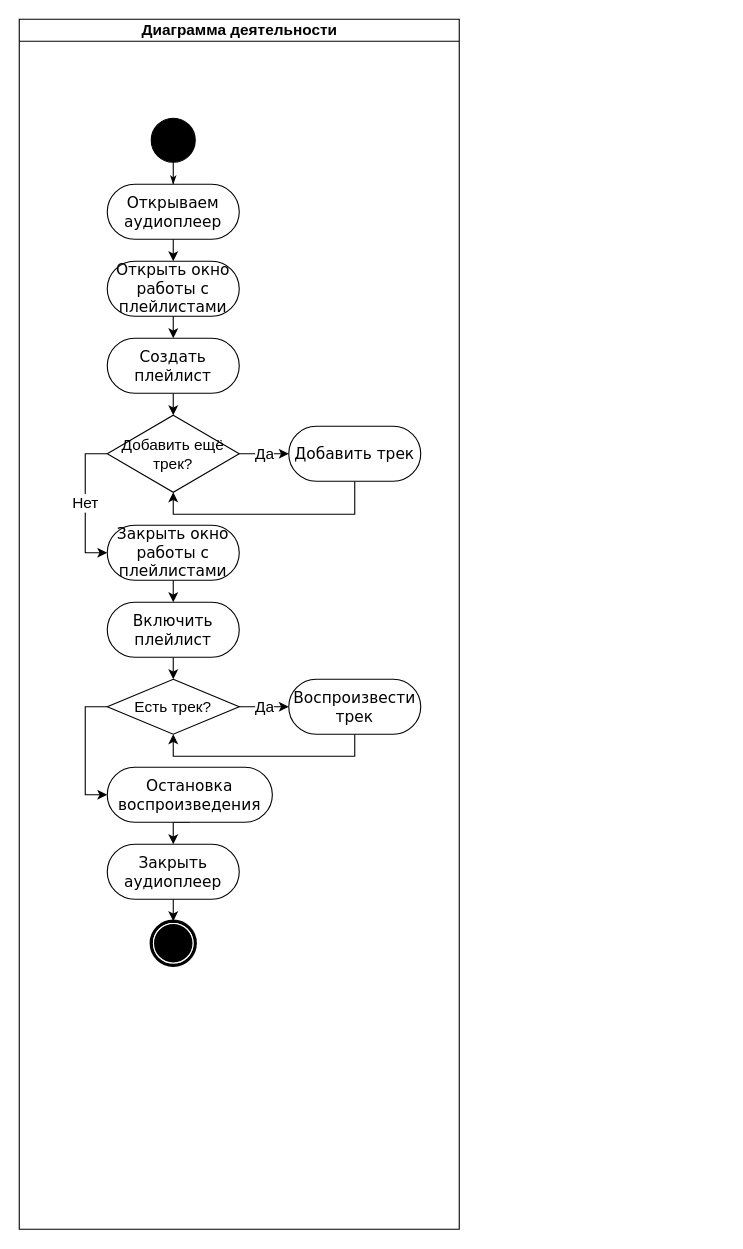
FaceMan01/Homework keeps this draw.io diagram as ПИ/ПИ_Деятельность.drawio. Above is the earlier version. Source tidied: cells renumbered, new cells numbered last; positions are measured from the earlier drawing's top-left corner, leaving out a move shared by most shapes. Both pictures are drawn from the tidied source at 110%, with x=0, y=0 at pixel (19, 19).
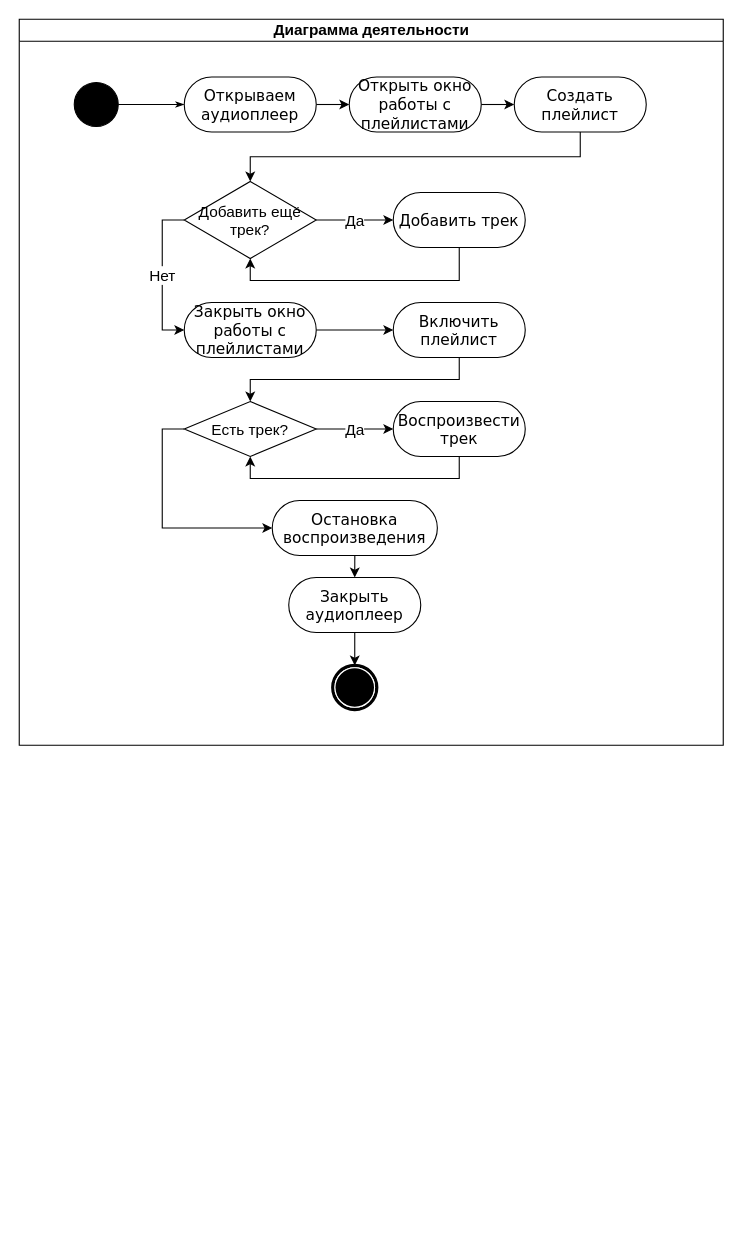
Above is the later version.

Change to the diagram source:
```diff
@@
     <mxCell id="2" value="Диаграмма деятельности" style="swimlane;html=1;startSize=20;fontSize=14;" parent="1" vertex="1">
-      <mxGeometry width="400" height="1100" as="geometry" />
+      <mxGeometry width="640" height="660" as="geometry" />
     </mxCell>
@@
     <mxCell id="4" style="ellipse;whiteSpace=wrap;html=1;rounded=0;shadow=0;comic=0;labelBackgroundColor=none;strokeWidth=1;fillColor=#000000;fontFamily=Verdana;fontSize=14;align=center;" parent="2" vertex="1">
-      <mxGeometry x="120" y="90" width="40" height="40" as="geometry" />
+      <mxGeometry x="50" y="57.5" width="40" height="40" as="geometry" />
     </mxCell>
-    <mxCell id="5" style="edgeStyle=orthogonalEdgeStyle;rounded=0;jettySize=auto;html=1;exitX=0.5;exitY=1;exitDx=0;exitDy=0;entryX=0.5;entryY=0;entryDx=0;entryDy=0;fontSize=14;" parent="2" edge="1" source="6" target="9">
+    <mxCell id="5" style="edgeStyle=orthogonalEdgeStyle;rounded=0;jettySize=auto;html=1;exitX=1;exitY=0.5;exitDx=0;exitDy=0;entryX=0;entryY=0.5;entryDx=0;entryDy=0;" parent="2" edge="1" source="6" target="9">
       <mxGeometry relative="1" as="geometry" />
     </mxCell>
     <mxCell id="6" value="Открываем аудиоплеер" style="rounded=1;whiteSpace=wrap;html=1;shadow=0;comic=0;labelBackgroundColor=none;strokeWidth=1;fontFamily=Verdana;fontSize=14;align=center;arcSize=50;" parent="2" vertex="1">
-      <mxGeometry x="80" y="150" width="120" height="50" as="geometry" />
+      <mxGeometry x="150" y="52.5" width="120" height="50" as="geometry" />
     </mxCell>
     <mxCell id="7" style="shape=mxgraph.bpmn.shape;html=1;verticalLabelPosition=bottom;labelBackgroundColor=#ffffff;verticalAlign=top;perimeter=ellipsePerimeter;outline=end;symbol=terminate;rounded=0;shadow=0;comic=0;strokeWidth=1;fontFamily=Verdana;fontSize=14;align=center;" parent="2" vertex="1">
-      <mxGeometry x="120" y="820" width="40" height="40" as="geometry" />
+      <mxGeometry x="285" y="587.5" width="40" height="40" as="geometry" />
     </mxCell>
-    <mxCell id="8" style="edgeStyle=orthogonalEdgeStyle;rounded=0;jettySize=auto;html=1;exitX=0.5;exitY=1;exitDx=0;exitDy=0;entryX=0.5;entryY=0;entryDx=0;entryDy=0;fontSize=14;" parent="2" edge="1" source="9" target="11">
+    <mxCell id="8" style="edgeStyle=orthogonalEdgeStyle;rounded=0;jettySize=auto;html=1;exitX=1;exitY=0.5;exitDx=0;exitDy=0;entryX=0;entryY=0.5;entryDx=0;entryDy=0;" parent="2" edge="1" source="9" target="11">
       <mxGeometry relative="1" as="geometry" />
     </mxCell>
     <mxCell id="9" value="Открыть окно работы с плейлистами" style="rounded=1;whiteSpace=wrap;html=1;shadow=0;comic=0;labelBackgroundColor=none;strokeWidth=1;fontFamily=Verdana;fontSize=14;align=center;arcSize=50;" parent="2" vertex="1">
-      <mxGeometry x="80" y="220" width="120" height="50" as="geometry" />
+      <mxGeometry x="300" y="52.5" width="120" height="50" as="geometry" />
     </mxCell>
-    <mxCell id="10" style="edgeStyle=orthogonalEdgeStyle;rounded=0;jettySize=auto;html=1;exitX=0.5;exitY=1;exitDx=0;exitDy=0;entryX=0.5;entryY=0;entryDx=0;entryDy=0;fontSize=14;" parent="2" edge="1" source="11">
-      <mxGeometry relative="1" as="geometry">
-        <mxPoint x="140" y="360" as="targetPoint" />
-      </mxGeometry>
-    </mxCell>
+    <mxCell id="30" style="edgeStyle=orthogonalEdgeStyle;rounded=0;jettySize=auto;html=1;exitX=0.5;exitY=1;exitDx=0;exitDy=0;entryX=0.5;entryY=0;entryDx=0;entryDy=0;" parent="2" edge="1" source="11" target="16">
+      <mxGeometry relative="1" as="geometry" />
+    </mxCell>
     <mxCell id="11" value="Создать плейлист" style="rounded=1;whiteSpace=wrap;html=1;shadow=0;comic=0;labelBackgroundColor=none;strokeWidth=1;fontFamily=Verdana;fontSize=14;align=center;arcSize=50;" parent="2" vertex="1">
-      <mxGeometry x="80" y="290" width="120" height="50" as="geometry" />
+      <mxGeometry x="450" y="52.5" width="120" height="50" as="geometry" />
     </mxCell>
-    <mxCell id="12" style="edgeStyle=orthogonalEdgeStyle;rounded=0;jettySize=auto;html=1;exitX=0.5;exitY=1;exitDx=0;exitDy=0;entryX=0.5;entryY=0;entryDx=0;entryDy=0;fontSize=14;" parent="2" edge="1" source="13" target="7">
+    <mxCell id="12" style="edgeStyle=orthogonalEdgeStyle;rounded=0;jettySize=auto;html=1;exitX=0.5;exitY=1;exitDx=0;exitDy=0;entryX=0.5;entryY=0;entryDx=0;entryDy=0;" parent="2" edge="1" source="13" target="7">
       <mxGeometry relative="1" as="geometry" />
     </mxCell>
     <mxCell id="13" value="Закрыть аудиоплеер" style="rounded=1;whiteSpace=wrap;html=1;shadow=0;comic=0;labelBackgroundColor=none;strokeWidth=1;fontFamily=Verdana;fontSize=14;align=center;arcSize=50;" parent="2" vertex="1">
-      <mxGeometry x="80" y="750" width="120" height="50" as="geometry" />
+      <mxGeometry x="245" y="507.5" width="120" height="50" as="geometry" />
     </mxCell>
@@
     <mxCell id="16" value="Добавить ещё трек?" style="rhombus;whiteSpace=wrap;html=1;fontSize=14;" parent="2" vertex="1">
-      <mxGeometry x="80" y="360" width="120" height="70" as="geometry" />
+      <mxGeometry x="150" y="147.5" width="120" height="70" as="geometry" />
     </mxCell>
-    <mxCell id="17" style="edgeStyle=orthogonalEdgeStyle;rounded=0;jettySize=auto;html=1;exitX=0.5;exitY=1;exitDx=0;exitDy=0;entryX=0.5;entryY=1;entryDx=0;entryDy=0;fontSize=14;" parent="2" edge="1" source="18" target="16">
-      <mxGeometry relative="1" as="geometry">
-        <Array as="points">
-          <mxPoint x="305" y="450" />
-          <mxPoint x="140" y="450" />
-        </Array>
-      </mxGeometry>
+    <mxCell id="17" style="edgeStyle=orthogonalEdgeStyle;rounded=0;jettySize=auto;html=1;exitX=0.5;exitY=1;exitDx=0;exitDy=0;entryX=0.5;entryY=1;entryDx=0;entryDy=0;" parent="2" edge="1" source="18" target="16">
+      <mxGeometry relative="1" as="geometry" />
     </mxCell>
     <mxCell id="18" value="Добавить трек" style="rounded=1;whiteSpace=wrap;html=1;shadow=0;comic=0;labelBackgroundColor=none;strokeWidth=1;fontFamily=Verdana;fontSize=14;align=center;arcSize=50;" parent="2" vertex="1">
-      <mxGeometry x="245" y="370" width="120" height="50" as="geometry" />
+      <mxGeometry x="340" y="157.5" width="120" height="50" as="geometry" />
     </mxCell>
-    <mxCell id="19" style="edgeStyle=orthogonalEdgeStyle;rounded=0;jettySize=auto;html=1;exitX=0.5;exitY=1;exitDx=0;exitDy=0;entryX=0.5;entryY=0;entryDx=0;entryDy=0;fontSize=14;" parent="2" edge="1" source="20" target="22">
+    <mxCell id="19" style="edgeStyle=orthogonalEdgeStyle;rounded=0;jettySize=auto;html=1;exitX=1;exitY=0.5;exitDx=0;exitDy=0;entryX=0;entryY=0.5;entryDx=0;entryDy=0;" parent="2" edge="1" source="20" target="22">
       <mxGeometry relative="1" as="geometry" />
     </mxCell>
     <mxCell id="20" value="Закрыть окно работы с плейлистами" style="rounded=1;whiteSpace=wrap;html=1;shadow=0;comic=0;labelBackgroundColor=none;strokeWidth=1;fontFamily=Verdana;fontSize=14;align=center;arcSize=50;" parent="2" vertex="1">
-      <mxGeometry x="80" y="460" width="120" height="50" as="geometry" />
+      <mxGeometry x="150" y="257.5" width="120" height="50" as="geometry" />
     </mxCell>
@@
     <mxCell id="22" value="Включить плейлист" style="rounded=1;whiteSpace=wrap;html=1;shadow=0;comic=0;labelBackgroundColor=none;strokeWidth=1;fontFamily=Verdana;fontSize=14;align=center;arcSize=50;" parent="2" vertex="1">
-      <mxGeometry x="80" y="530" width="120" height="50" as="geometry" />
+      <mxGeometry x="340" y="257.5" width="120" height="50" as="geometry" />
     </mxCell>
@@
     <mxCell id="25" value="Есть трек?" style="rhombus;whiteSpace=wrap;html=1;fontSize=14;" parent="2" vertex="1">
-      <mxGeometry x="80" y="600" width="120" height="50" as="geometry" />
+      <mxGeometry x="150" y="347.5" width="120" height="50" as="geometry" />
     </mxCell>
@@
     <mxCell id="27" value="Воспроизвести трек" style="rounded=1;whiteSpace=wrap;html=1;shadow=0;comic=0;labelBackgroundColor=none;strokeWidth=1;fontFamily=Verdana;fontSize=14;align=center;arcSize=50;" parent="2" vertex="1">
-      <mxGeometry x="245" y="600" width="120" height="50" as="geometry" />
+      <mxGeometry x="340" y="347.5" width="120" height="50" as="geometry" />
     </mxCell>
@@
     <mxCell id="29" value="Остановка воспроизведения" style="rounded=1;whiteSpace=wrap;html=1;shadow=0;comic=0;labelBackgroundColor=none;strokeWidth=1;fontFamily=Verdana;fontSize=14;align=center;arcSize=50;" parent="2" vertex="1">
-      <mxGeometry x="80" y="680" width="150.1" height="50" as="geometry" />
+      <mxGeometry x="230" y="437.5" width="150.1" height="50" as="geometry" />
     </mxCell>
```
